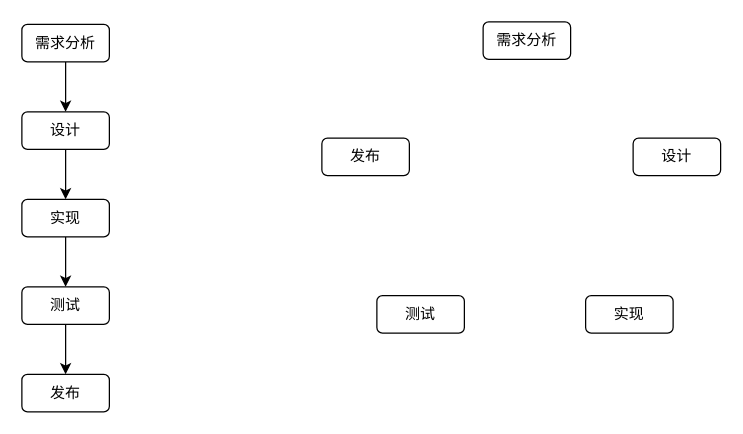
Before: 未命名绘图.drawio in GPlaying/brain_map, a draw.io diagram. Source tidied: cells renumbered, new cells numbered last; positions are measured from the earlier drawing's top-left corner, leaving out a move shared by most shapes. Both pictures are drawn from the tidied source at 125%, with x=0, y=0 at pixel (21, 21).
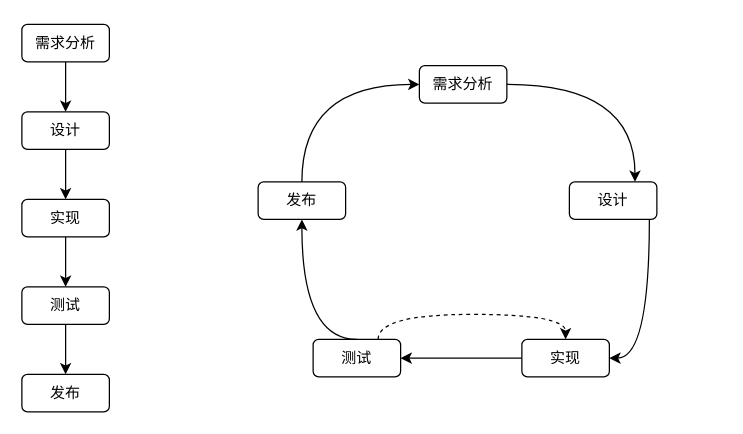
The same diagram, later.

Commit message (it also covers changes not shown here):
更新未命名绘图.drawio

Change to the diagram source:
```diff
@@
+    <mxCell id="16" style="edgeStyle=orthogonalEdgeStyle;rounded=0;jettySize=auto;html=1;entryX=0.75;entryY=0;entryDx=0;entryDy=0;curved=1;" parent="1" edge="1" source="11" target="12">
+      <mxGeometry relative="1" as="geometry">
+        <Array as="points">
+          <mxPoint x="491" y="50" />
+        </Array>
+      </mxGeometry>
+    </mxCell>
     <mxCell id="11" value="需求分析" style="rounded=1;whiteSpace=wrap;html=1;" parent="1" vertex="1">
-      <mxGeometry x="369" width="70" height="30" as="geometry" />
+      <mxGeometry x="318" y="35" width="70" height="30" as="geometry" />
     </mxCell>
     <mxCell id="12" value="设计" style="rounded=1;whiteSpace=wrap;html=1;" parent="1" vertex="1">
-      <mxGeometry x="489" y="93" width="70" height="30" as="geometry" />
+      <mxGeometry x="438" y="128" width="70" height="30" as="geometry" />
     </mxCell>
+    <mxCell id="17" style="edgeStyle=orthogonalEdgeStyle;rounded=0;jettySize=auto;html=1;entryX=1;entryY=0.5;entryDx=0;entryDy=0;" parent="1" edge="1" source="13" target="14">
+      <mxGeometry relative="1" as="geometry" />
+    </mxCell>
+    <mxCell id="18" style="edgeStyle=orthogonalEdgeStyle;rounded=0;jettySize=auto;html=1;curved=1;exitX=1;exitY=0.5;exitDx=0;exitDy=0;startArrow=classic;startFill=1;endArrow=none;endFill=0;" parent="1" edge="1" source="13" target="12">
+      <mxGeometry relative="1" as="geometry">
+        <Array as="points">
+          <mxPoint x="502" y="269" />
+        </Array>
+      </mxGeometry>
+    </mxCell>
     <mxCell id="13" value="实现" style="rounded=1;whiteSpace=wrap;html=1;" parent="1" vertex="1">
-      <mxGeometry x="451" y="219" width="70" height="30" as="geometry" />
+      <mxGeometry x="400" y="254" width="70" height="30" as="geometry" />
     </mxCell>
+    <mxCell id="19" style="edgeStyle=orthogonalEdgeStyle;rounded=0;jettySize=auto;html=1;entryX=0.5;entryY=1;entryDx=0;entryDy=0;curved=1;exitX=0.5;exitY=0;exitDx=0;exitDy=0;" parent="1" edge="1" source="14" target="15">
+      <mxGeometry relative="1" as="geometry">
+        <Array as="points">
+          <mxPoint x="224" y="254" />
+        </Array>
+      </mxGeometry>
+    </mxCell>
+    <mxCell id="20" style="edgeStyle=orthogonalEdgeStyle;rounded=0;jettySize=auto;html=1;entryX=0.5;entryY=0;entryDx=0;entryDy=0;curved=1;dashed=1;" parent="1" edge="1" source="14" target="13">
+      <mxGeometry relative="1" as="geometry">
+        <Array as="points">
+          <mxPoint x="285" y="234" />
+          <mxPoint x="435" y="234" />
+        </Array>
+      </mxGeometry>
+    </mxCell>
     <mxCell id="14" value="测试" style="rounded=1;whiteSpace=wrap;html=1;" parent="1" vertex="1">
-      <mxGeometry x="284" y="219" width="70" height="30" as="geometry" />
+      <mxGeometry x="233" y="254" width="70" height="30" as="geometry" />
     </mxCell>
+    <mxCell id="21" style="edgeStyle=orthogonalEdgeStyle;rounded=0;jettySize=auto;html=1;entryX=0;entryY=0.5;entryDx=0;entryDy=0;curved=1;exitX=0.5;exitY=0;exitDx=0;exitDy=0;" parent="1" edge="1" source="15" target="11">
+      <mxGeometry relative="1" as="geometry" />
+    </mxCell>
     <mxCell id="15" value="发布" style="rounded=1;whiteSpace=wrap;html=1;" parent="1" vertex="1">
-      <mxGeometry x="240" y="93" width="70" height="30" as="geometry" />
+      <mxGeometry x="189" y="128" width="70" height="30" as="geometry" />
     </mxCell>
```
